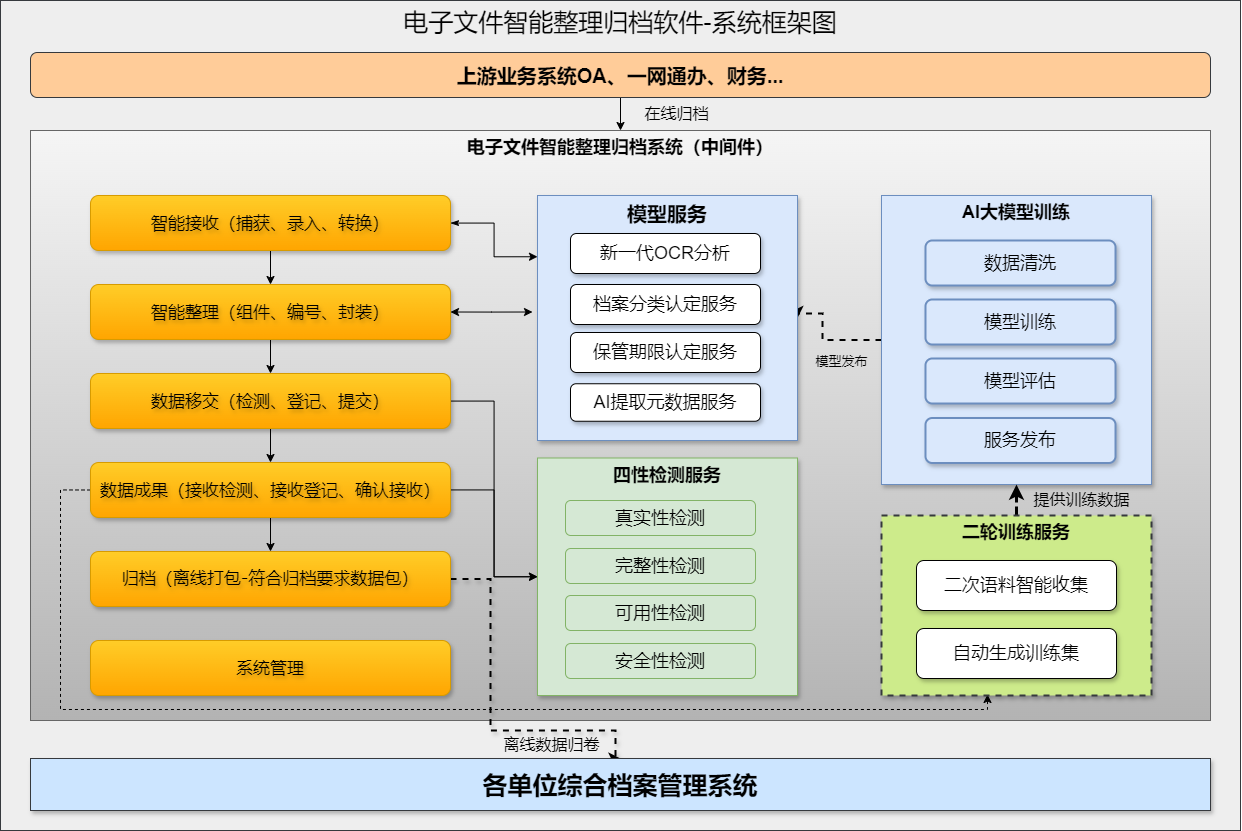
Earlier version of the draw.io export 未命名绘图.drawio.png (wss1801/test2). Source tidied: cells renumbered, new cells last; positions are measured from the earlier drawing's top-left corner, leaving out a move shared by most shapes.
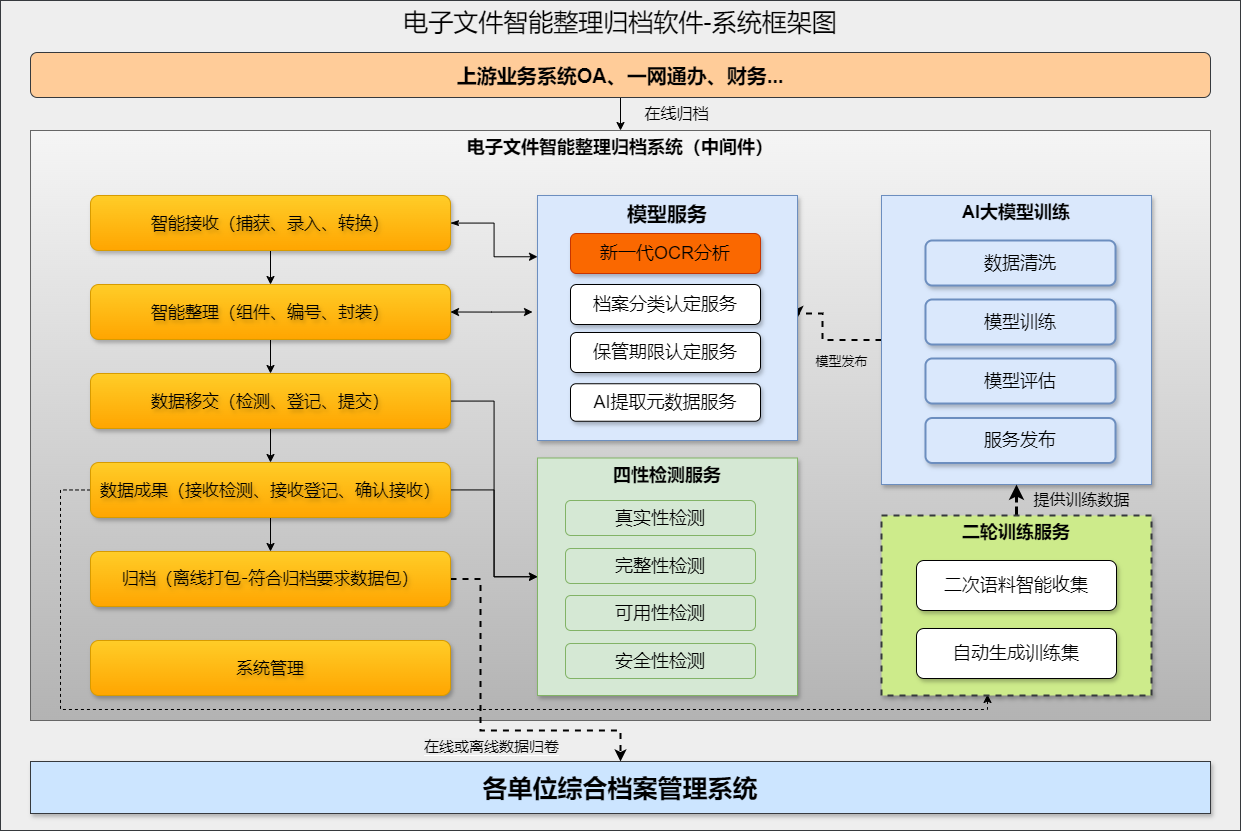
After the commit.

Commit message:
电子文件归档New.drawio.png

Change to the diagram source:
```diff
@@ -67,25 +67,25 @@
     <mxCell id="19" value="数据成果（接收检测、接收登记、确认接收）" style="rounded=1;whiteSpace=wrap;html=1;fontSize=17;fillColor=#ffcd28;gradientColor=#ffa500;strokeColor=#d79b00;fontStyle=0;fontFamily=Verdana;shadow=1;textShadow=1;" parent="1" vertex="1">
       <mxGeometry x="90" y="462" width="360" height="55" as="geometry" />
     </mxCell>
-    <mxCell id="20" style="edgeStyle=orthogonalEdgeStyle;rounded=0;jettySize=auto;html=1;entryX=0.5;entryY=0;entryDx=0;entryDy=0;dashed=1;strokeWidth=2;shadow=1;" parent="1" edge="1" source="22" target="23">
+    <mxCell id="20" style="edgeStyle=orthogonalEdgeStyle;rounded=0;jettySize=auto;html=1;entryX=0.5;entryY=0;entryDx=0;entryDy=0;dashed=1;strokeWidth=2;" parent="1" edge="1" source="22" target="23">
       <mxGeometry relative="1" as="geometry">
         <Array as="points">
-          <mxPoint x="490" y="579" />
-          <mxPoint x="490" y="730" />
-          <mxPoint x="615" y="730" />
+          <mxPoint x="480" y="578" />
+          <mxPoint x="480" y="730" />
+          <mxPoint x="620" y="730" />
         </Array>
       </mxGeometry>
     </mxCell>
-    <mxCell id="21" value="&lt;font&gt;离线数据归卷&lt;/font&gt;" style="edgeLabel;html=1;align=center;verticalAlign=middle;fontSize=16;labelBackgroundColor=none;" parent="20" vertex="1">
-      <mxGeometry x="0.61" y="-1" relative="1" as="geometry">
-        <mxPoint x="-30" y="12" as="offset" />
-      </mxGeometry>
-    </mxCell>
+    <mxCell id="47" value="&lt;span style=&quot;background-color: rgb(236, 236, 236);&quot;&gt;在线或离线数据归卷&lt;/span&gt;" style="edgeLabel;html=1;align=center;verticalAlign=middle;fontSize=15;" parent="20" vertex="1">
+      <mxGeometry x="0.08" y="1" relative="1" as="geometry">
+        <mxPoint y="16" as="offset" />
+      </mxGeometry>
+    </mxCell>
     <mxCell id="22" value="归档（离线打包-符合归档要求数据包）" style="rounded=1;whiteSpace=wrap;html=1;fontSize=17;fillColor=#ffcd28;gradientColor=#ffa500;strokeColor=#d79b00;fontStyle=0;fontFamily=Verdana;shadow=1;textShadow=1;" parent="1" vertex="1">
       <mxGeometry x="90" y="551" width="360" height="55" as="geometry" />
     </mxCell>
     <mxCell id="23" value="各单位综合档案管理系统" style="rounded=0;whiteSpace=wrap;html=1;fontSize=25;fillColor=#cce5ff;strokeColor=#36393d;fontStyle=1;shadow=1;" parent="1" vertex="1">
-      <mxGeometry x="30" y="758" width="1180" height="52" as="geometry" />
+      <mxGeometry x="30" y="761" width="1180" height="52" as="geometry" />
     </mxCell>
     <mxCell id="24" style="edgeStyle=orthogonalEdgeStyle;rounded=0;jettySize=auto;html=1;exitX=0;exitY=0.5;exitDx=0;exitDy=0;entryX=1;entryY=0.5;entryDx=0;entryDy=0;dashed=1;strokeWidth=2;strokeColor=#000000;" parent="1" edge="1" source="26" target="35">
       <mxGeometry relative="1" as="geometry">
@@ -162,7 +162,7 @@
     <mxCell id="45" value="安全性检测" style="rounded=1;whiteSpace=wrap;html=1;fontSize=18;fillColor=#d5e8d4;strokeColor=#82b366;" parent="1" vertex="1">
       <mxGeometry x="565" y="643" width="190" height="35" as="geometry" />
     </mxCell>
-    <mxCell id="46" value="新一代OCR分析" style="rounded=1;whiteSpace=wrap;html=1;fontSize=18;glass=0;shadow=1;" parent="1" vertex="1">
+    <mxCell id="46" value="新一代OCR分析" style="rounded=1;whiteSpace=wrap;html=1;fontSize=18;glass=0;shadow=1;fillColor=#fa6800;fontColor=#000000;strokeColor=#C73500;" parent="1" vertex="1">
       <mxGeometry x="570" y="233" width="190" height="40" as="geometry" />
     </mxCell>
   </root>
```
